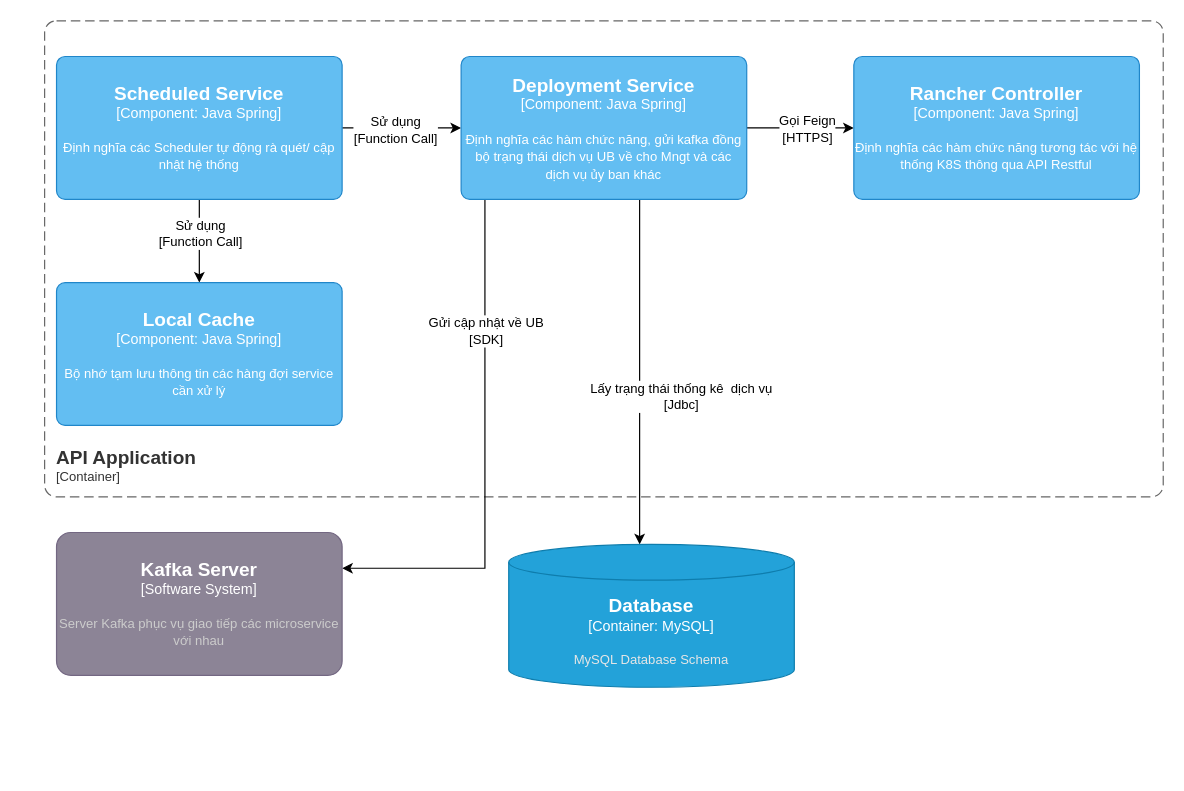
Before: Idg-Portal lv3 Deployment API.drawio in dangngocsoncntt/draw.io, a draw.io diagram. Source tidied: cells renumbered, new cells numbered last; positions are measured from the earlier drawing's top-left corner, leaving out a move shared by most shapes. Both pictures are drawn from the tidied source at 119%, with x=0, y=0 at pixel (44, 20).
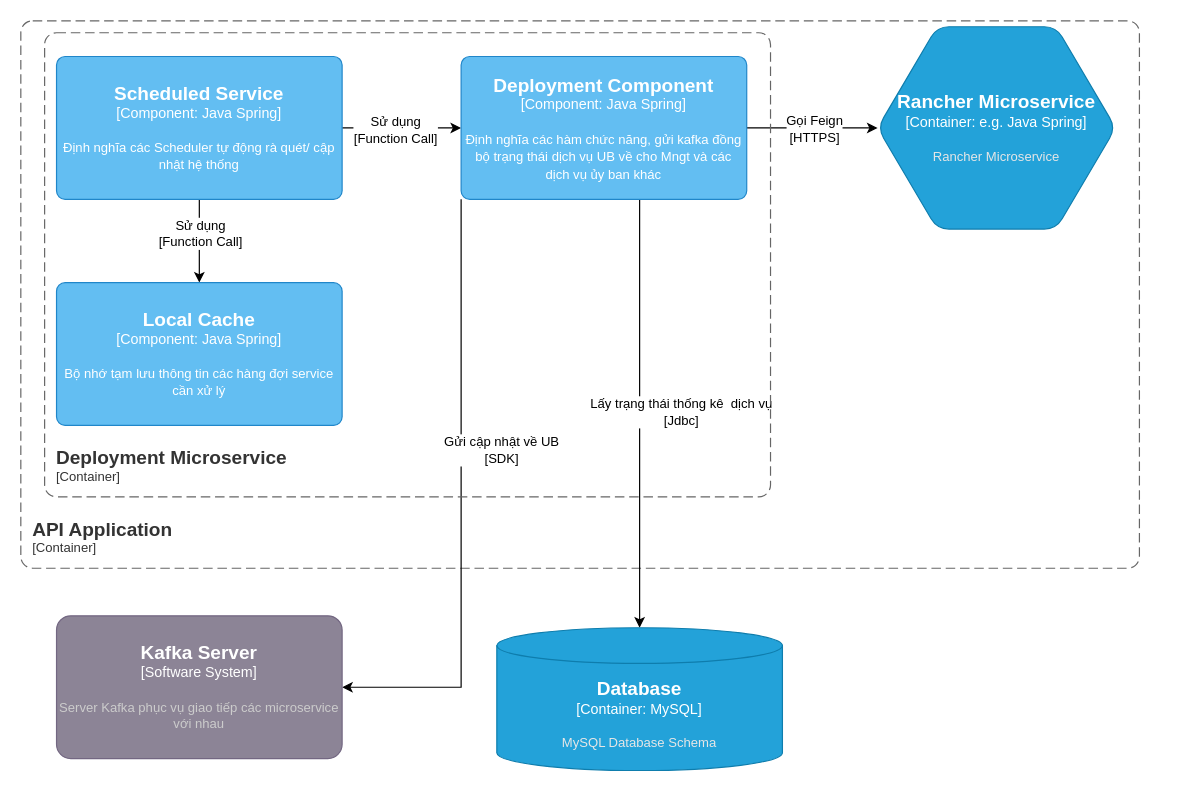
The same diagram, later.

The edit, as a diff of the source:
```diff
@@
     <object id="2" label="&lt;font style=&quot;font-size: 16px&quot;&gt;&lt;b&gt;&lt;div style=&quot;text-align: left&quot;&gt;%c4Name%&lt;/div&gt;&lt;/b&gt;&lt;/font&gt;&lt;div style=&quot;text-align: left&quot;&gt;[%c4Application%]&lt;/div&gt;" c4Application="Container" c4Name="API Application" placeholders="1">
       <mxCell style="rounded=1;fontSize=11;whiteSpace=wrap;html=1;dashed=1;arcSize=20;fillColor=none;strokeColor=#666666;fontColor=#333333;labelBackgroundColor=none;align=left;verticalAlign=bottom;labelBorderColor=none;spacingTop=0;spacing=10;dashPattern=8 4;perimeter=rectanglePerimeter;noLabel=0;labelPadding=0;absoluteArcSize=1;" parent="1" vertex="1">
-        <mxGeometry width="940" height="400" as="geometry" />
+        <mxGeometry x="-20" width="940" height="460" as="geometry" />
       </mxCell>
     </object>
@@
     <mxCell id="8" style="edgeStyle=orthogonalEdgeStyle;rounded=0;jettySize=auto;html=1;" parent="1" edge="1" source="14" target="15">
       <mxGeometry relative="1" as="geometry">
         <Array as="points">
-          <mxPoint x="370" y="460" />
+          <mxPoint x="350" y="560" />
         </Array>
       </mxGeometry>
     </mxCell>
@@
-    <mxCell id="12" style="edgeStyle=orthogonalEdgeStyle;rounded=0;jettySize=auto;html=1;" parent="1" edge="1" source="14" target="18">
+    <mxCell id="12" style="edgeStyle=orthogonalEdgeStyle;rounded=0;jettySize=auto;html=1;" parent="1" edge="1" source="14" target="19">
       <mxGeometry relative="1" as="geometry" />
     </mxCell>
@@
-    <object id="14" label="&lt;font style=&quot;font-size: 16px&quot;&gt;&lt;b&gt;%c4Name%&lt;/b&gt;&lt;/font&gt;&lt;div&gt;[%c4Type%: %c4Technology%]&lt;/div&gt;&lt;br&gt;&lt;div&gt;&lt;font style=&quot;font-size: 11px&quot;&gt;%c4Description%&lt;/font&gt;&lt;/div&gt;" c4Description="Định nghĩa các hàm chức năng, gửi kafka đồng bộ trạng thái dịch vụ UB về cho Mngt và các dịch vụ ủy ban khác" c4Name="Deployment Service" c4Technology="Java Spring" c4Type="Component" placeholders="1">
+    <object id="14" label="&lt;font style=&quot;font-size: 16px&quot;&gt;&lt;b&gt;%c4Name%&lt;/b&gt;&lt;/font&gt;&lt;div&gt;[%c4Type%: %c4Technology%]&lt;/div&gt;&lt;br&gt;&lt;div&gt;&lt;font style=&quot;font-size: 11px&quot;&gt;%c4Description%&lt;/font&gt;&lt;/div&gt;" c4Description="Định nghĩa các hàm chức năng, gửi kafka đồng bộ trạng thái dịch vụ UB về cho Mngt và các dịch vụ ủy ban khác" c4Name="Deployment Component" c4Technology="Java Spring" c4Type="Component" placeholders="1">
       <mxCell style="rounded=1;whiteSpace=wrap;html=1;labelBackgroundColor=none;fillColor=#63BEF2;fontColor=#ffffff;align=center;arcSize=6;strokeColor=#2086C9;points=[[0.25,0,0],[0.5,0,0],[0.75,0,0],[1,0.25,0],[1,0.5,0],[1,0.75,0],[0.75,1,0],[0.5,1,0],[0.25,1,0],[0,0.75,0],[0,0.5,0],[0,0.25,0]];" parent="1" vertex="1">
         <mxGeometry x="350" y="30" width="240" height="120" as="geometry" />
       </mxCell>
     </object>
     <object id="15" label="&lt;font style=&quot;font-size: 16px&quot;&gt;&lt;b&gt;%c4Name%&lt;/b&gt;&lt;/font&gt;&lt;div&gt;[%c4Type%]&lt;/div&gt;&lt;br&gt;&lt;div&gt;&lt;font style=&quot;font-size: 11px&quot;&gt;&lt;font color=&quot;#cccccc&quot;&gt;%c4Description%&lt;/font&gt;&lt;/div&gt;" c4Description="Server Kafka phục vụ giao tiếp các microservice với nhau" c4Name="Kafka Server" c4Type="Software System" placeholders="1">
       <mxCell style="rounded=1;whiteSpace=wrap;html=1;labelBackgroundColor=none;fillColor=#8C8496;fontColor=#ffffff;align=center;arcSize=10;strokeColor=#736782;points=[[0.25,0,0],[0.5,0,0],[0.75,0,0],[1,0.25,0],[1,0.5,0],[1,0.75,0],[0.75,1,0],[0.5,1,0],[0.25,1,0],[0,0.75,0],[0,0.5,0],[0,0.25,0]];" parent="1" vertex="1">
-        <mxGeometry x="10" y="430" width="240" height="120" as="geometry" />
+        <mxGeometry x="10" y="500" width="240" height="120" as="geometry" />
       </mxCell>
     </object>
@@
     <object id="17" label="&lt;font style=&quot;font-size: 16px&quot;&gt;&lt;b&gt;%c4Type%&lt;/b&gt;&lt;/font&gt;&lt;div&gt;[%c4Container%:&amp;nbsp;%c4Technology%]&lt;/div&gt;&lt;br&gt;&lt;div&gt;&lt;font style=&quot;font-size: 11px&quot;&gt;&lt;font color=&quot;#E6E6E6&quot;&gt;%c4Description%&lt;/font&gt;&lt;/div&gt;" c4Container="Container" c4Description="MySQL Database Schema" c4Technology="MySQL" c4Type="Database" placeholders="1">
       <mxCell style="shape=cylinder3;size=15;whiteSpace=wrap;html=1;boundedLbl=1;rounded=0;labelBackgroundColor=none;fillColor=#23A2D9;fontSize=12;fontColor=#ffffff;align=center;strokeColor=#0E7DAD;points=[[0.5,0,0],[1,0.25,0],[1,0.5,0],[1,0.75,0],[0.5,1,0],[0,0.75,0],[0,0.5,0],[0,0.25,0]];" parent="1" vertex="1">
-        <mxGeometry x="390" y="440" width="240" height="120" as="geometry" />
+        <mxGeometry x="380" y="510" width="240" height="120" as="geometry" />
       </mxCell>
     </object>
-    <object id="18" label="&lt;font style=&quot;font-size: 16px&quot;&gt;&lt;b&gt;%c4Name%&lt;/b&gt;&lt;/font&gt;&lt;div&gt;[%c4Type%: %c4Technology%]&lt;/div&gt;&lt;br&gt;&lt;div&gt;&lt;font style=&quot;font-size: 11px&quot;&gt;%c4Description%&lt;/font&gt;&lt;/div&gt;" c4Description="Định nghĩa các hàm chức năng tương tác với hệ thống K8S thông qua API Restful" c4Name="Rancher Controller" c4Technology="Java Spring" c4Type="Component" placeholders="1">
-      <mxCell style="rounded=1;whiteSpace=wrap;html=1;labelBackgroundColor=none;fillColor=#63BEF2;fontColor=#ffffff;align=center;arcSize=6;strokeColor=#2086C9;points=[[0.25,0,0],[0.5,0,0],[0.75,0,0],[1,0.25,0],[1,0.5,0],[1,0.75,0],[0.75,1,0],[0.5,1,0],[0.25,1,0],[0,0.75,0],[0,0.5,0],[0,0.25,0]];" parent="1" vertex="1">
-        <mxGeometry x="680" y="30" width="240" height="120" as="geometry" />
-      </mxCell>
-    </object>
+    <object id="19" label="&lt;font style=&quot;font-size: 16px&quot;&gt;&lt;b&gt;%c4Type%&lt;/b&gt;&lt;/font&gt;&lt;div&gt;[%c4Container%:&amp;nbsp;%c4Technology%]&lt;/div&gt;&lt;br&gt;&lt;div&gt;&lt;font style=&quot;font-size: 11px&quot;&gt;&lt;font color=&quot;#E6E6E6&quot;&gt;%c4Description%&lt;/font&gt;&lt;/div&gt;" c4Container="Container" c4Description="Rancher Microservice" c4Technology="e.g. Java Spring" c4Type="Rancher Microservice" placeholders="1">
+      <mxCell style="shape=hexagon;size=50;perimeter=hexagonPerimeter2;whiteSpace=wrap;html=1;fixedSize=1;rounded=1;labelBackgroundColor=none;fillColor=#23A2D9;fontSize=12;fontColor=#ffffff;align=center;strokeColor=#0E7DAD;points=[[0.5,0,0],[1,0.25,0],[1,0.5,0],[1,0.75,0],[0.5,1,0],[0,0.75,0],[0,0.5,0],[0,0.25,0]];" parent="1" vertex="1">
+        <mxGeometry x="700" y="5" width="200" height="170" as="geometry" />
+      </mxCell>
+    </object>
+    <object id="20" label="&lt;font style=&quot;font-size: 16px&quot;&gt;&lt;b&gt;&lt;div style=&quot;text-align: left&quot;&gt;%c4Name%&lt;/div&gt;&lt;/b&gt;&lt;/font&gt;&lt;div style=&quot;text-align: left&quot;&gt;[%c4Application%]&lt;/div&gt;" c4Application="Container" c4Name="Deployment Microservice" placeholders="1">
+      <mxCell style="rounded=1;fontSize=11;whiteSpace=wrap;html=1;dashed=1;arcSize=20;fillColor=none;strokeColor=#666666;fontColor=#333333;labelBackgroundColor=none;align=left;verticalAlign=bottom;labelBorderColor=none;spacingTop=0;spacing=10;dashPattern=8 4;perimeter=rectanglePerimeter;noLabel=0;labelPadding=0;absoluteArcSize=1;" parent="1" vertex="1">
+        <mxGeometry y="10" width="610" height="390" as="geometry" />
+      </mxCell>
+    </object>
```
